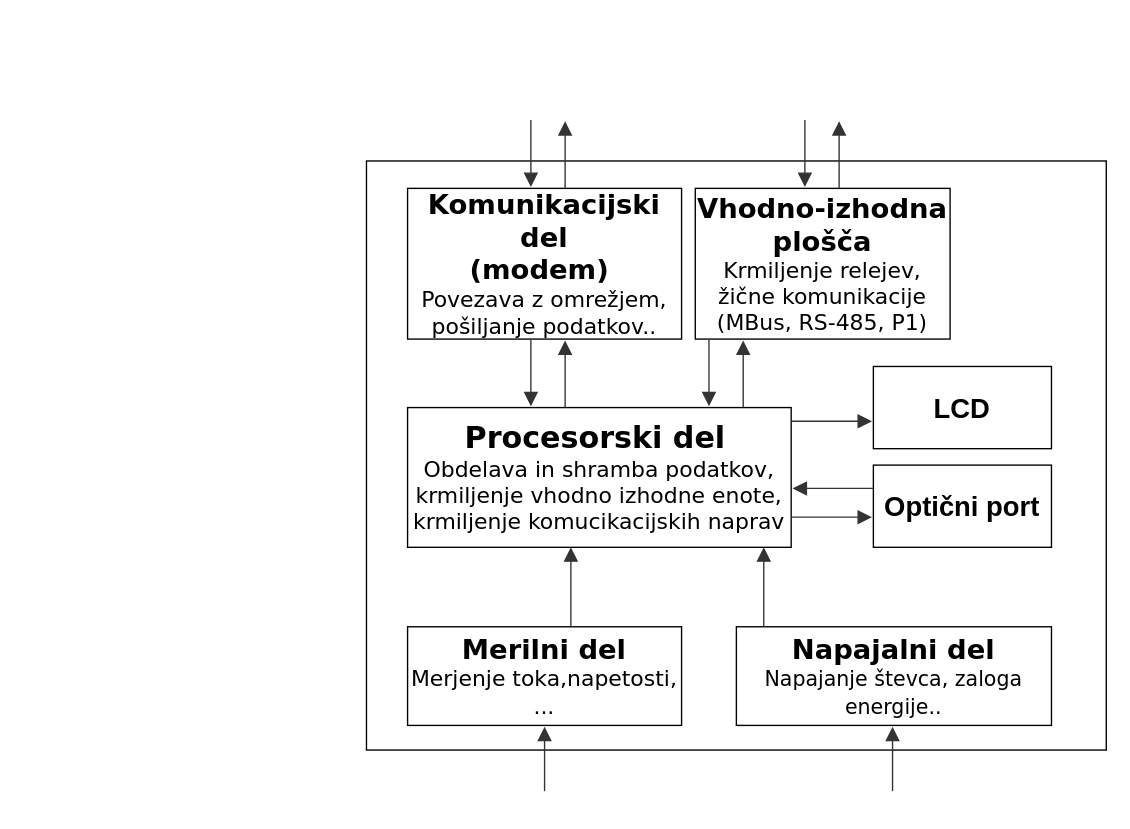
harka069/mag keeps this draw.io diagram as Slike/blok_sheme.drawio. Above is the earlier version. Source tidied: cells renumbered, new cells numbered last; positions are measured from the earlier drawing's top-left corner, leaving out a move shared by most shapes. Both pictures are drawn from the tidied source at 137%, with x=0, y=0 at pixel (23, 23).
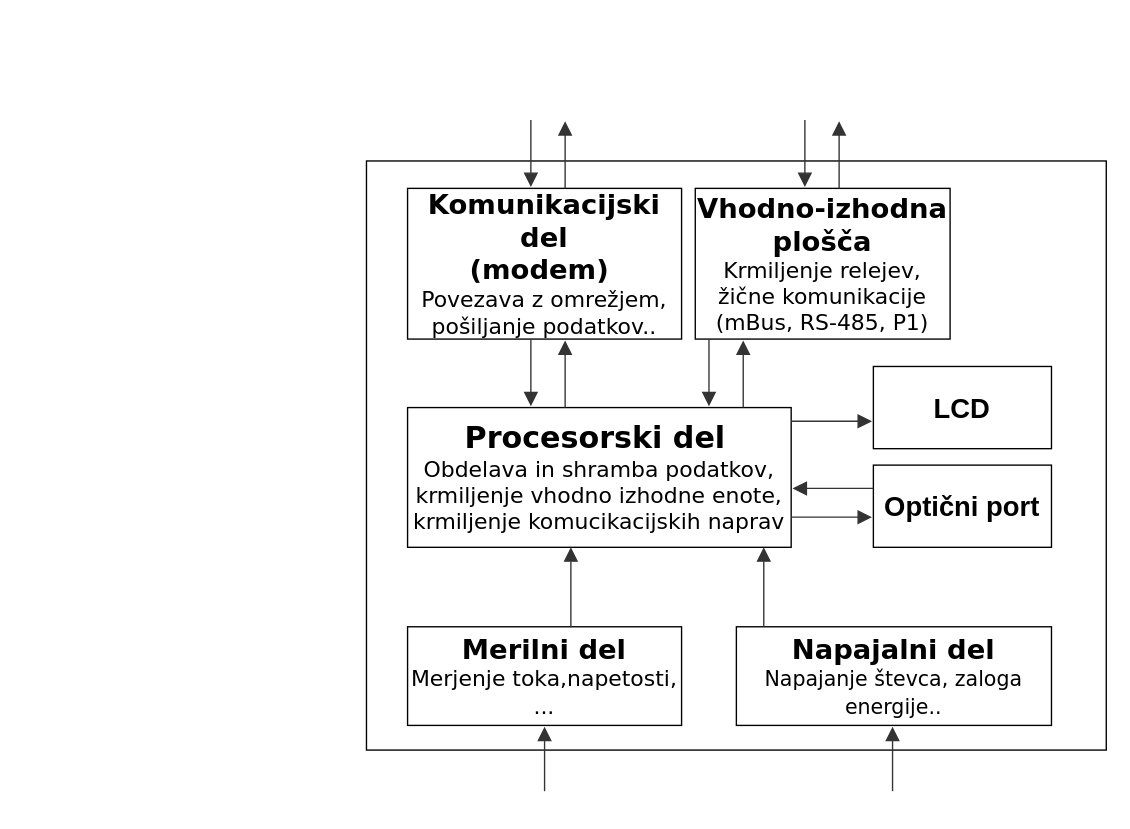
The same page after the edit.

Unchanged cells that the change refers to:
```xml
<mxCell id="3" style="group;transparentBounds=1;editIcon=1;lockedGroup=0;groupPadding=10;" parent="1" vertex="1">
  <mxGeometry width="760" height="522" as="geometry" />
</mxCell>
```

The edit, as a diff of the source:
```diff
@@
-    <mxCell id="6" value="&lt;div&gt;&lt;b&gt;&lt;font style=&quot;font-size: 20px;&quot;&gt;Vhodno-izhodna plošča&lt;/font&gt;&lt;/b&gt;&lt;/div&gt;&lt;div&gt;&lt;font&gt;Krmiljenje relejev, žične komunikacije (MBus, RS-485, P1)&lt;/font&gt;&lt;/div&gt;" style="html=1;whiteSpace=wrap;strokeWidth=1;fontFamily=Trebuchet MS,Verdana,Arial,sans-serif;fontSize=16;" parent="3" vertex="1">
+    <mxCell id="6" value="&lt;div&gt;&lt;b&gt;&lt;font style=&quot;font-size: 20px;&quot;&gt;Vhodno-izhodna plošča&lt;/font&gt;&lt;/b&gt;&lt;/div&gt;&lt;div&gt;&lt;font&gt;Krmiljenje relejev, žične komunikacije (mBus, RS-485, P1)&lt;/font&gt;&lt;/div&gt;" style="html=1;whiteSpace=wrap;strokeWidth=1;fontFamily=Trebuchet MS,Verdana,Arial,sans-serif;fontSize=16;" parent="3" vertex="1">
       <mxGeometry x="490" y="120" width="186" height="110" as="geometry" />
     </mxCell>
```
